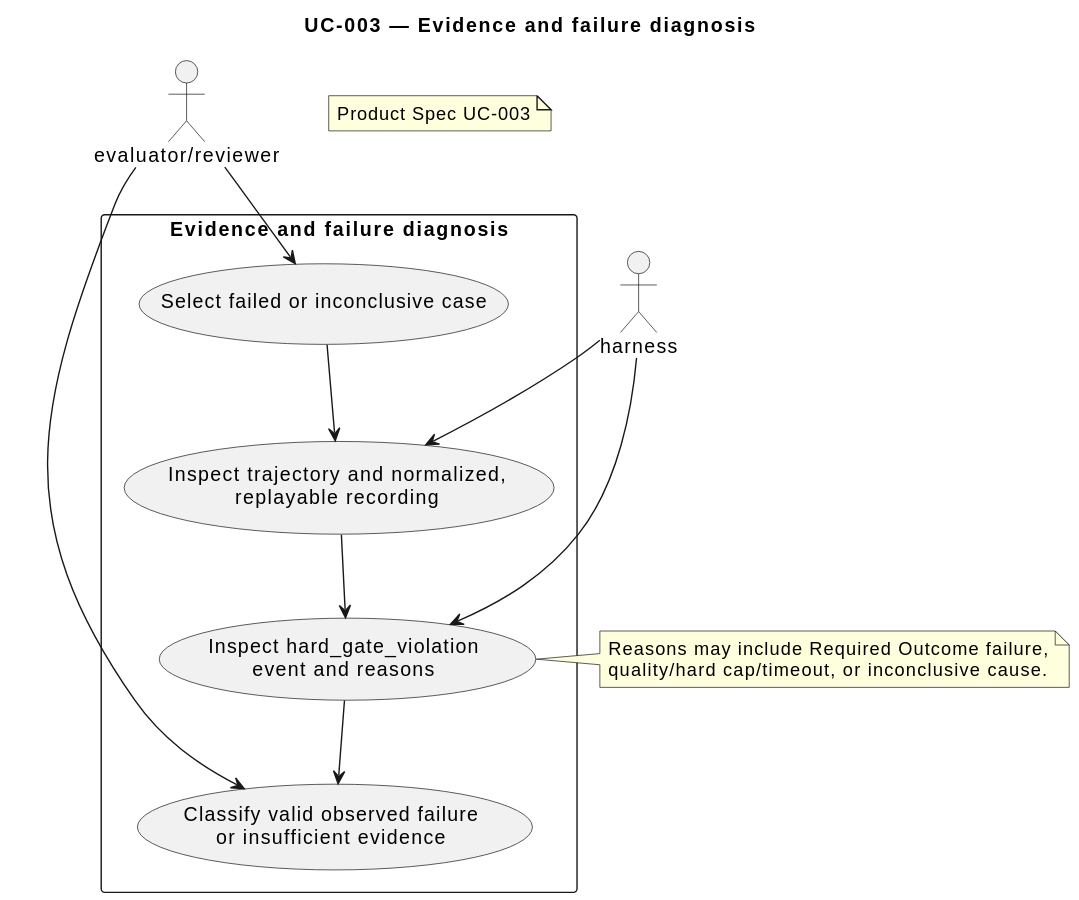
The PlantUML diagram docs/specs/496/diagrams/product/UC-003.usecase.svg in omegafrog/harness-codex, before a commit. The source it was exported from:
```plantuml
@startuml
title UC-003 — Evidence and failure diagnosis
note as N
Product Spec UC-003
end note
actor "evaluator/reviewer" as Evaluator
actor harness as Harness
rectangle "Evidence and failure diagnosis" {
  usecase "Select failed or inconclusive case" as Select
  usecase "Inspect trajectory and normalized,\nreplayable recording" as Inspect
  usecase "Inspect hard_gate_violation\nevent and reasons" as Violation
  usecase "Classify valid observed failure\nor insufficient evidence" as Classify
}
Evaluator --> Select
Select --> Inspect
Harness --> Inspect
Inspect --> Violation
Harness --> Violation
Violation --> Classify
Evaluator --> Classify
note right of Violation
Reasons may include Required Outcome failure,
quality/hard cap/timeout, or inconclusive cause.
end note
@enduml
```
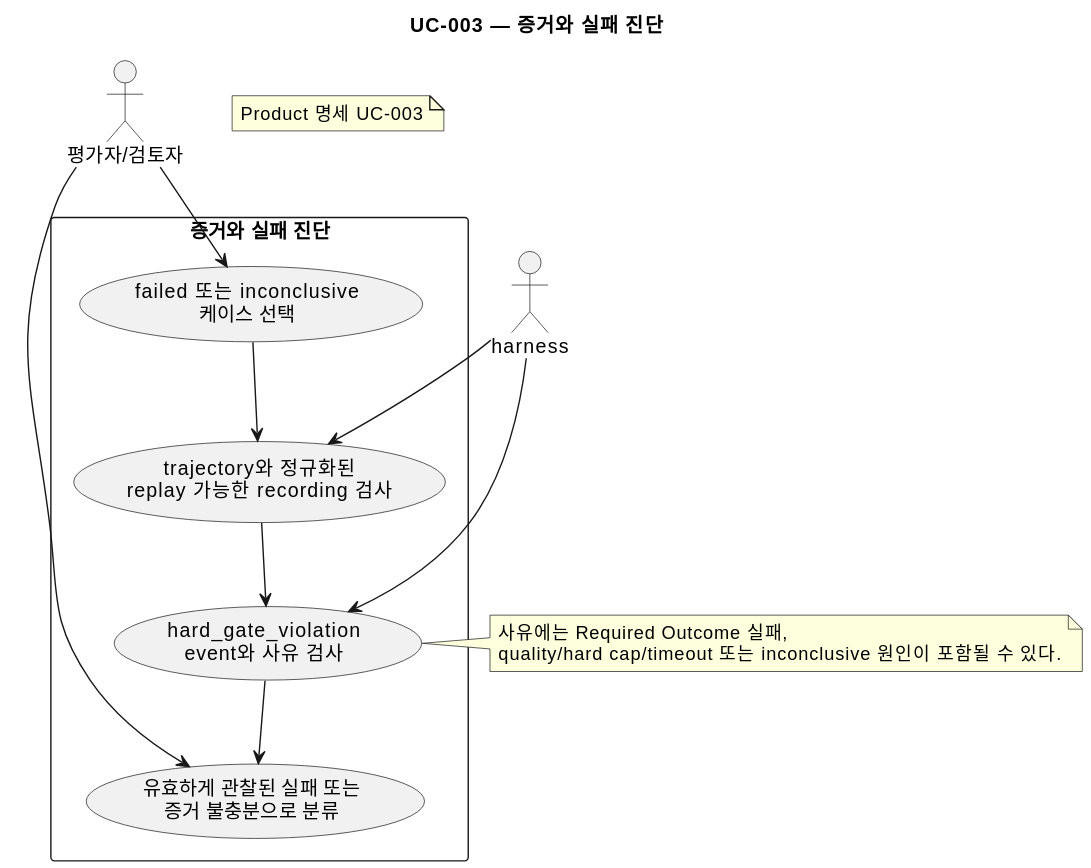
After the commit.

Change to the diagram source:
```diff
@@ -1,15 +1,15 @@
 @startuml
-title UC-003 — Evidence and failure diagnosis
+title UC-003 — 증거와 실패 진단
 note as N
-Product Spec UC-003
+Product 명세 UC-003
 end note
-actor "evaluator/reviewer" as Evaluator
+actor "평가자/검토자" as Evaluator
 actor harness as Harness
-rectangle "Evidence and failure diagnosis" {
-  usecase "Select failed or inconclusive case" as Select
-  usecase "Inspect trajectory and normalized,\nreplayable recording" as Inspect
-  usecase "Inspect hard_gate_violation\nevent and reasons" as Violation
-  usecase "Classify valid observed failure\nor insufficient evidence" as Classify
+rectangle "증거와 실패 진단" {
+  usecase "failed 또는 inconclusive\n케이스 선택" as Select
+  usecase "trajectory와 정규화된\nreplay 가능한 recording 검사" as Inspect
+  usecase "hard_gate_violation\nevent와 사유 검사" as Violation
+  usecase "유효하게 관찰된 실패 또는\n증거 불충분으로 분류" as Classify
 }
 Evaluator --> Select
 Select --> Inspect
@@ -19,7 +19,7 @@
 Violation --> Classify
 Evaluator --> Classify
 note right of Violation
-Reasons may include Required Outcome failure,
-quality/hard cap/timeout, or inconclusive cause.
+사유에는 Required Outcome 실패,
+quality/hard cap/timeout 또는 inconclusive 원인이 포함될 수 있다.
 end note
 @enduml
```
